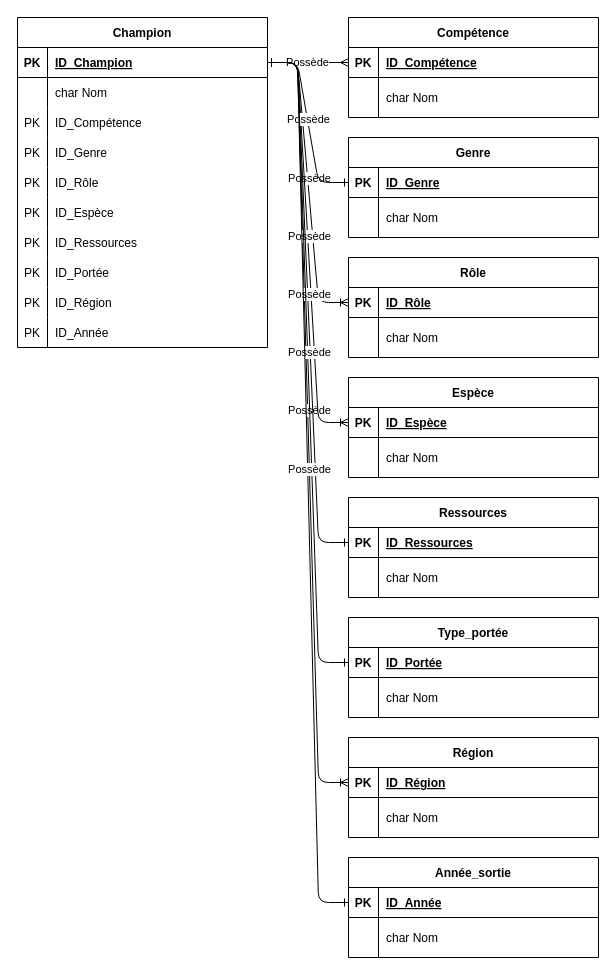
Above: Diagramme sans nom.drawio in CamilleSimon/BTS2-CIEL-IR-MCD-2024-2025 (draw.io), before the change. Source tidied: cells renumbered, new cells numbered last; positions are measured from the earlier drawing's top-left corner, leaving out a move shared by most shapes. Both pictures are drawn from the tidied source at 100%, with x=0, y=0 at pixel (-209, 17).
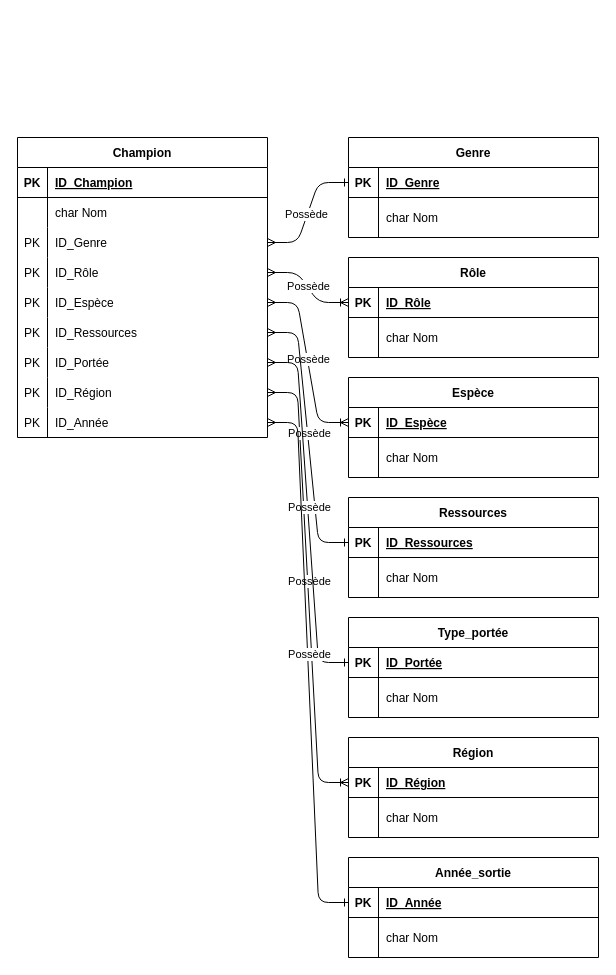
The same page after the edit.

Commit message:
Mettre à jour Diagramme sans nom.drawio

Unchanged cells that the change refers to:
```xml
<mxCell id="5" style="shape=partialRectangle;fillColor=none;points=[[0,0.5],[1,0.5]];portConstraint=eastwest;top=0;left=0;right=0;bottom=1;" parent="4" vertex="1">
  <mxGeometry y="30" width="250" height="30" as="geometry" />
</mxCell>
<mxCell id="43" style="shape=partialRectangle;fillColor=none;points=[[0,0.5],[1,0.5]];portConstraint=eastwest;top=0;left=0;right=0;bottom=1;" parent="42" vertex="1">
  <mxGeometry y="30" width="250" height="30" as="geometry" />
</mxCell>
<mxCell id="50" style="shape=partialRectangle;fillColor=none;points=[[0,0.5],[1,0.5]];portConstraint=eastwest;top=0;left=0;right=0;bottom=1;" parent="49" vertex="1">
  <mxGeometry y="30" width="250" height="30" as="geometry" />
</mxCell>
<mxCell id="57" style="shape=partialRectangle;fillColor=none;points=[[0,0.5],[1,0.5]];portConstraint=eastwest;top=0;left=0;right=0;bottom=1;" parent="56" vertex="1">
  <mxGeometry y="30" width="250" height="30" as="geometry" />
</mxCell>
<mxCell id="70" style="shape=partialRectangle;fillColor=none;points=[[0,0.5],[1,0.5]];portConstraint=eastwest;top=0;left=0;right=0;bottom=1;" parent="69" vertex="1">
  <mxGeometry y="30" width="250" height="30" as="geometry" />
</mxCell>
<mxCell id="77" style="shape=partialRectangle;fillColor=none;points=[[0,0.5],[1,0.5]];portConstraint=eastwest;top=0;left=0;right=0;bottom=1;" parent="76" vertex="1">
  <mxGeometry y="30" width="250" height="30" as="geometry" />
</mxCell>
<mxCell id="84" style="shape=partialRectangle;fillColor=none;points=[[0,0.5],[1,0.5]];portConstraint=eastwest;top=0;left=0;right=0;bottom=1;" parent="83" vertex="1">
  <mxGeometry y="30" width="250" height="30" as="geometry" />
</mxCell>
<mxCell id="91" style="shape=partialRectangle;fillColor=none;points=[[0,0.5],[1,0.5]];portConstraint=eastwest;top=0;left=0;right=0;bottom=1;" parent="90" vertex="1">
  <mxGeometry y="30" width="250" height="30" as="geometry" />
</mxCell>
```

What changed in the source:
```diff
@@
-    <mxCell id="2" style="edgeStyle=entityRelationEdgeStyle;endArrow=ERmany;startArrow=ERone;endFill=0;startFill=0;entryX=0;entryY=0.5;entryDx=0;entryDy=0;strokeWidth=1;" parent="1" edge="1" source="5" target="36">
-      <mxGeometry relative="1" as="geometry" />
-    </mxCell>
-    <mxCell id="3" value="Possède" style="edgeLabel;html=1;align=center;verticalAlign=middle;" parent="2" vertex="1">
-      <mxGeometry x="-0.03" y="1" relative="1" as="geometry" />
-    </mxCell>
     <mxCell id="4" value="Champion" style="shape=table;startSize=30;childLayout=tableLayout;rowLines=0;fontStyle=1;align=center;" parent="1" vertex="1">
-      <mxGeometry x="226" width="250" height="330" as="geometry" />
+      <mxGeometry x="226" y="120" width="250" height="300" as="geometry" />
     </mxCell>
@@
-    <mxCell id="11" style="shape=partialRectangle;fillColor=none;top=0;left=0;right=0;bottom=0;" parent="4" vertex="1">
-      <mxGeometry y="90" width="250" height="30" as="geometry" />
-    </mxCell>
-    <mxCell id="12" value="PK" style="shape=partialRectangle;overflow=hidden;fillColor=none;top=0;left=0;bottom=0;right=0;" parent="11" vertex="1">
-      <mxGeometry width="30" height="30" as="geometry" />
-    </mxCell>
-    <mxCell id="13" value="ID_Compétence" style="shape=partialRectangle;overflow=hidden;fillColor=none;top=0;left=0;bottom=0;right=0;align=left;spacingLeft=6;" parent="11" vertex="1">
-      <mxGeometry x="30" width="220" height="30" as="geometry" />
-    </mxCell>
     <mxCell id="14" style="shape=partialRectangle;fillColor=none;points=[[0,0.5],[1,0.5]];portConstraint=eastwest;top=0;left=0;right=0;bottom=0;" parent="4" vertex="1">
-      <mxGeometry y="120" width="250" height="30" as="geometry" />
+      <mxGeometry y="90" width="250" height="30" as="geometry" />
     </mxCell>
@@
     <mxCell id="17" style="shape=partialRectangle;fillColor=none;points=[[0,0.5],[1,0.5]];portConstraint=eastwest;top=0;left=0;right=0;bottom=0;" parent="4" vertex="1">
-      <mxGeometry y="150" width="250" height="30" as="geometry" />
+      <mxGeometry y="120" width="250" height="30" as="geometry" />
     </mxCell>
@@
     <mxCell id="20" style="shape=partialRectangle;fillColor=none;points=[[0,0.5],[1,0.5]];portConstraint=eastwest;top=0;left=0;right=0;bottom=0;" parent="4" vertex="1">
-      <mxGeometry y="180" width="250" height="30" as="geometry" />
+      <mxGeometry y="150" width="250" height="30" as="geometry" />
     </mxCell>
@@
     <mxCell id="23" style="shape=partialRectangle;fillColor=none;points=[[0,0.5],[1,0.5]];portConstraint=eastwest;top=0;left=0;right=0;bottom=0;" parent="4" vertex="1">
-      <mxGeometry y="210" width="250" height="30" as="geometry" />
+      <mxGeometry y="180" width="250" height="30" as="geometry" />
     </mxCell>
@@
     <mxCell id="26" style="shape=partialRectangle;fillColor=none;points=[[0,0.5],[1,0.5]];portConstraint=eastwest;top=0;left=0;right=0;bottom=0;" parent="4" vertex="1">
-      <mxGeometry y="240" width="250" height="30" as="geometry" />
+      <mxGeometry y="210" width="250" height="30" as="geometry" />
     </mxCell>
@@
     <mxCell id="29" style="shape=partialRectangle;fillColor=none;points=[[0,0.5],[1,0.5]];portConstraint=eastwest;top=0;left=0;right=0;bottom=0;" parent="4" vertex="1">
-      <mxGeometry y="270" width="250" height="30" as="geometry" />
+      <mxGeometry y="240" width="250" height="30" as="geometry" />
     </mxCell>
@@
     <mxCell id="32" style="shape=partialRectangle;fillColor=none;points=[[0,0.5],[1,0.5]];portConstraint=eastwest;top=0;left=0;right=0;bottom=0;" parent="4" vertex="1">
-      <mxGeometry y="300" width="250" height="30" as="geometry" />
+      <mxGeometry y="270" width="250" height="30" as="geometry" />
     </mxCell>
@@
-    <mxCell id="35" value="Compétence" style="shape=table;startSize=30;childLayout=tableLayout;rowLines=0;fontStyle=1;align=center;" parent="1" vertex="1">
-      <mxGeometry x="557" width="250" height="100" as="geometry" />
-    </mxCell>
-    <mxCell id="36" style="shape=partialRectangle;fillColor=none;points=[[0,0.5],[1,0.5]];portConstraint=eastwest;top=0;left=0;right=0;bottom=1;" parent="35" vertex="1">
-      <mxGeometry y="30" width="250" height="30" as="geometry" />
-    </mxCell>
-    <mxCell id="37" value="PK" style="shape=partialRectangle;overflow=hidden;fillColor=none;top=0;left=0;bottom=0;right=0;fontStyle=1;" parent="36" vertex="1">
-      <mxGeometry width="30" height="30" as="geometry" />
-    </mxCell>
-    <mxCell id="38" value="ID_Compétence" style="shape=partialRectangle;overflow=hidden;fillColor=none;top=0;left=0;bottom=0;right=0;align=left;spacingLeft=6;fontStyle=5;" parent="36" vertex="1">
-      <mxGeometry x="30" width="220" height="30" as="geometry" />
-    </mxCell>
-    <mxCell id="39" style="shape=partialRectangle;fillColor=none;top=0;left=0;right=0;bottom=0;" parent="35" vertex="1">
-      <mxGeometry y="60" width="250" height="40" as="geometry" />
-    </mxCell>
-    <mxCell id="40" style="shape=partialRectangle;overflow=hidden;fillColor=none;top=0;left=0;bottom=0;right=0;" parent="39" vertex="1">
-      <mxGeometry width="30" height="40" as="geometry" />
-    </mxCell>
-    <mxCell id="41" value="char Nom" style="shape=partialRectangle;overflow=hidden;fillColor=none;top=0;left=0;bottom=0;right=0;align=left;spacingLeft=6;" parent="39" vertex="1">
-      <mxGeometry x="30" width="220" height="40" as="geometry" />
-    </mxCell>
@@
-    <mxCell id="63" style="edgeStyle=entityRelationEdgeStyle;endArrow=ERoneToMany;startArrow=ERone;endFill=0;startFill=0;strokeWidth=1;entryX=0;entryY=0.5;entryDx=0;entryDy=0;exitX=1;exitY=0.5;exitDx=0;exitDy=0;" parent="1" edge="1" source="5" target="57">
+    <mxCell id="63" style="edgeStyle=entityRelationEdgeStyle;endArrow=ERoneToMany;startArrow=ERmany;endFill=0;startFill=0;strokeWidth=1;entryX=0;entryY=0.5;entryDx=0;entryDy=0;exitX=1;exitY=0.5;exitDx=0;exitDy=0;" parent="1" edge="1" source="29" target="57">
       <mxGeometry relative="1" as="geometry">
         <Array as="points">
-          <mxPoint x="71.5" y="270.4" />
-          <mxPoint x="507" y="280" />
-          <mxPoint x="68" y="300.4" />
-          <mxPoint x="79.8" y="270" />
-          <mxPoint x="-0.2" y="310" />
+          <mxPoint x="71.5" y="390.4" />
+          <mxPoint x="507" y="400" />
+          <mxPoint x="68" y="420.4" />
+          <mxPoint x="79.8" y="390" />
+          <mxPoint x="-0.2" y="430" />
         </Array>
       </mxGeometry>
     </mxCell>
@@
-    <mxCell id="65" style="edgeStyle=entityRelationEdgeStyle;endArrow=ERoneToMany;startArrow=ERone;endFill=0;startFill=0;entryX=0;entryY=0.5;entryDx=0;entryDy=0;strokeWidth=1;exitX=1;exitY=0.5;exitDx=0;exitDy=0;" parent="1" edge="1" source="5" target="43">
+    <mxCell id="65" style="edgeStyle=entityRelationEdgeStyle;endArrow=ERoneToMany;startArrow=ERmany;endFill=0;startFill=0;entryX=0;entryY=0.5;entryDx=0;entryDy=0;strokeWidth=1;exitX=1;exitY=0.5;exitDx=0;exitDy=0;" parent="1" edge="1" source="17" target="43">
       <mxGeometry relative="1" as="geometry" />
     </mxCell>
@@
-    <mxCell id="67" style="edgeStyle=entityRelationEdgeStyle;endArrow=ERoneToMany;startArrow=ERone;endFill=0;startFill=0;entryX=0;entryY=0.5;entryDx=0;entryDy=0;strokeWidth=1;exitX=1;exitY=0.5;exitDx=0;exitDy=0;" parent="1" edge="1" source="5" target="50">
+    <mxCell id="67" style="edgeStyle=entityRelationEdgeStyle;endArrow=ERoneToMany;startArrow=ERmany;endFill=0;startFill=0;entryX=0;entryY=0.5;entryDx=0;entryDy=0;strokeWidth=1;exitX=1;exitY=0.5;exitDx=0;exitDy=0;" parent="1" edge="1" source="20" target="50">
       <mxGeometry relative="1" as="geometry" />
     </mxCell>
@@
-    <mxCell id="97" style="edgeStyle=entityRelationEdgeStyle;endArrow=ERone;startArrow=ERone;endFill=0;startFill=0;entryX=0;entryY=0.5;entryDx=0;entryDy=0;strokeWidth=1;exitX=1;exitY=0.5;exitDx=0;exitDy=0;" parent="1" edge="1" source="5" target="70">
+    <mxCell id="97" style="edgeStyle=entityRelationEdgeStyle;endArrow=ERone;startArrow=ERmany;endFill=0;startFill=0;entryX=0;entryY=0.5;entryDx=0;entryDy=0;strokeWidth=1;exitX=1;exitY=0.5;exitDx=0;exitDy=0;" parent="1" edge="1" source="23" target="70">
       <mxGeometry relative="1" as="geometry" />
     </mxCell>
@@
-    <mxCell id="99" style="edgeStyle=entityRelationEdgeStyle;endArrow=ERone;startArrow=ERone;endFill=0;startFill=0;entryX=0;entryY=0.5;entryDx=0;entryDy=0;strokeWidth=1;exitX=1;exitY=0.5;exitDx=0;exitDy=0;" parent="1" edge="1" source="5" target="77">
+    <mxCell id="99" style="edgeStyle=entityRelationEdgeStyle;endArrow=ERone;startArrow=ERmany;endFill=0;startFill=0;entryX=0;entryY=0.5;entryDx=0;entryDy=0;strokeWidth=1;exitX=1;exitY=0.5;exitDx=0;exitDy=0;" parent="1" edge="1" source="14" target="77">
       <mxGeometry relative="1" as="geometry" />
     </mxCell>
@@
-    <mxCell id="101" style="edgeStyle=entityRelationEdgeStyle;endArrow=ERone;startArrow=ERone;endFill=0;startFill=0;entryX=0;entryY=0.5;entryDx=0;entryDy=0;strokeWidth=1;exitX=1;exitY=0.5;exitDx=0;exitDy=0;" parent="1" edge="1" source="5" target="84">
+    <mxCell id="101" style="edgeStyle=entityRelationEdgeStyle;endArrow=ERone;startArrow=ERmany;endFill=0;startFill=0;entryX=0;entryY=0.5;entryDx=0;entryDy=0;strokeWidth=1;exitX=1;exitY=0.5;exitDx=0;exitDy=0;" parent="1" edge="1" source="26" target="84">
       <mxGeometry relative="1" as="geometry" />
     </mxCell>
@@
-    <mxCell id="103" style="edgeStyle=entityRelationEdgeStyle;endArrow=ERone;startArrow=ERone;endFill=0;startFill=0;entryX=0;entryY=0.5;entryDx=0;entryDy=0;strokeWidth=1;exitX=1;exitY=0.5;exitDx=0;exitDy=0;" parent="1" edge="1" source="5" target="91">
+    <mxCell id="103" style="edgeStyle=entityRelationEdgeStyle;endArrow=ERone;startArrow=ERmany;endFill=0;startFill=0;entryX=0;entryY=0.5;entryDx=0;entryDy=0;strokeWidth=1;exitX=1;exitY=0.5;exitDx=0;exitDy=0;" parent="1" edge="1" source="32" target="91">
       <mxGeometry relative="1" as="geometry" />
     </mxCell>
```
